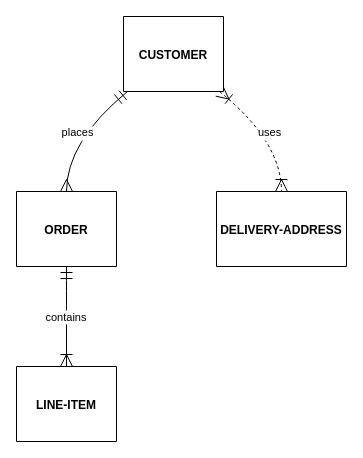
Before: 未命名绘图.drawio in shuyun-zhn/draw, a draw.io diagram. Source tidied: cells renumbered, new cells numbered last; positions are measured from the earlier drawing's top-left corner, leaving out a move shared by most shapes. Both pictures are drawn from the tidied source at 100%, with x=0, y=0 at pixel (16, 16).
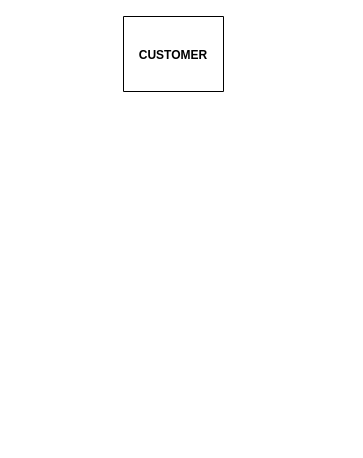
Above is the later version.

Commit message:
更新未命名绘图.drawio

What changed in the source:
```diff
@@
 <mxGraphModel>
   <root>
     <mxCell id="0" />
     <mxCell id="1" parent="0" />
     <mxCell id="2" value="CUSTOMER" style="shape=table;startSize=75;childLayout=tableLayout;rowLines=1;fontStyle=1;align=center;" parent="1" vertex="1">
       <mxGeometry x="107" width="100" height="75" as="geometry" />
     </mxCell>
-    <mxCell id="3" value="ORDER" style="shape=table;startSize=75;childLayout=tableLayout;rowLines=1;fontStyle=1;align=center;" parent="1" vertex="1">
-      <mxGeometry y="175" width="100" height="75" as="geometry" />
-    </mxCell>
-    <mxCell id="4" value="LINE-ITEM" style="shape=table;startSize=75;childLayout=tableLayout;rowLines=1;fontStyle=1;align=center;" parent="1" vertex="1">
-      <mxGeometry y="350" width="100" height="75" as="geometry" />
-    </mxCell>
-    <mxCell id="5" value="DELIVERY-ADDRESS" style="shape=table;startSize=75;childLayout=tableLayout;rowLines=1;fontStyle=1;align=center;" parent="1" vertex="1">
-      <mxGeometry x="200" y="175" width="130" height="75" as="geometry" />
-    </mxCell>
-    <mxCell id="6" value="places" style="curved=1;startArrow=ERmandOne;startSize=10;endArrow=ERmany;endSize=10;exitX=0.04;exitY=1;entryX=0.5;entryY=0;" parent="1" edge="1" source="2" target="3">
-      <mxGeometry relative="1" as="geometry">
-        <Array as="points">
-          <mxPoint x="50" y="125" />
-        </Array>
-      </mxGeometry>
-    </mxCell>
-    <mxCell id="7" value="contains" style="curved=1;startArrow=ERmandOne;startSize=10;endArrow=ERoneToMany;endSize=10;exitX=0.5;exitY=1;entryX=0.5;entryY=0;" parent="1" edge="1" source="3" target="4">
-      <mxGeometry relative="1" as="geometry" />
-    </mxCell>
-    <mxCell id="8" value="uses" style="curved=1;dashed=1;startArrow=ERoneToMany;startSize=10;endArrow=ERoneToMany;endSize=10;exitX=0.96;exitY=1;entryX=0.5;entryY=0;" parent="1" edge="1" source="2" target="5">
-      <mxGeometry relative="1" as="geometry">
-        <Array as="points">
-          <mxPoint x="265" y="125" />
-        </Array>
-      </mxGeometry>
-    </mxCell>
   </root>
 </mxGraphModel>
```
